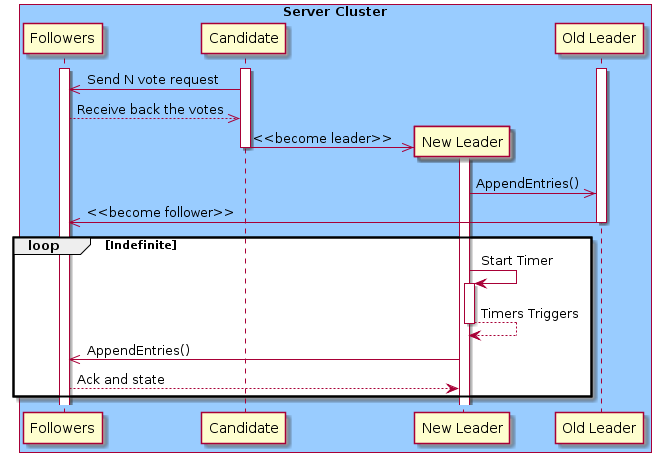
The PlantUML diagram doc/plantuml/rendered/seqDiagrams/LeaderElection.png in thedevstone/akka-raft, before a commit.
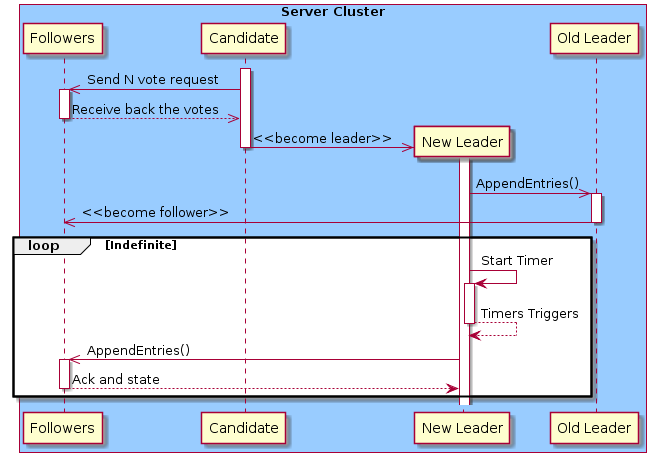
Later version of the same file.

What changed in the source:
```diff
@@ -5,17 +5,19 @@
     participant "New Leader" as Leader
     participant "Old Leader" as OldLeader
 
-  activate OldLeader
-  activate Followers
   activate Candidate
 
   Candidate ->> Followers : Send N vote request
+  activate Followers
   Followers -->> Candidate : Receive back the votes
+  deactivate Followers
 
   Candidate ->> Leader ** : <<become leader>>
+  deactivate Candidate
   activate Leader
   deactivate Candidate
   Leader ->> OldLeader : AppendEntries()
+  activate OldLeader
   OldLeader ->> Followers: <<become follower>>
   deactivate OldLeader
 
@@ -23,7 +25,9 @@
     Leader -> Leader ++ : Start Timer
     return Timers Triggers
     Leader ->> Followers : AppendEntries()
+    activate Followers
     Followers --> Leader : Ack and state
+    deactivate Followers
   end group
 end box
 @enduml
```
